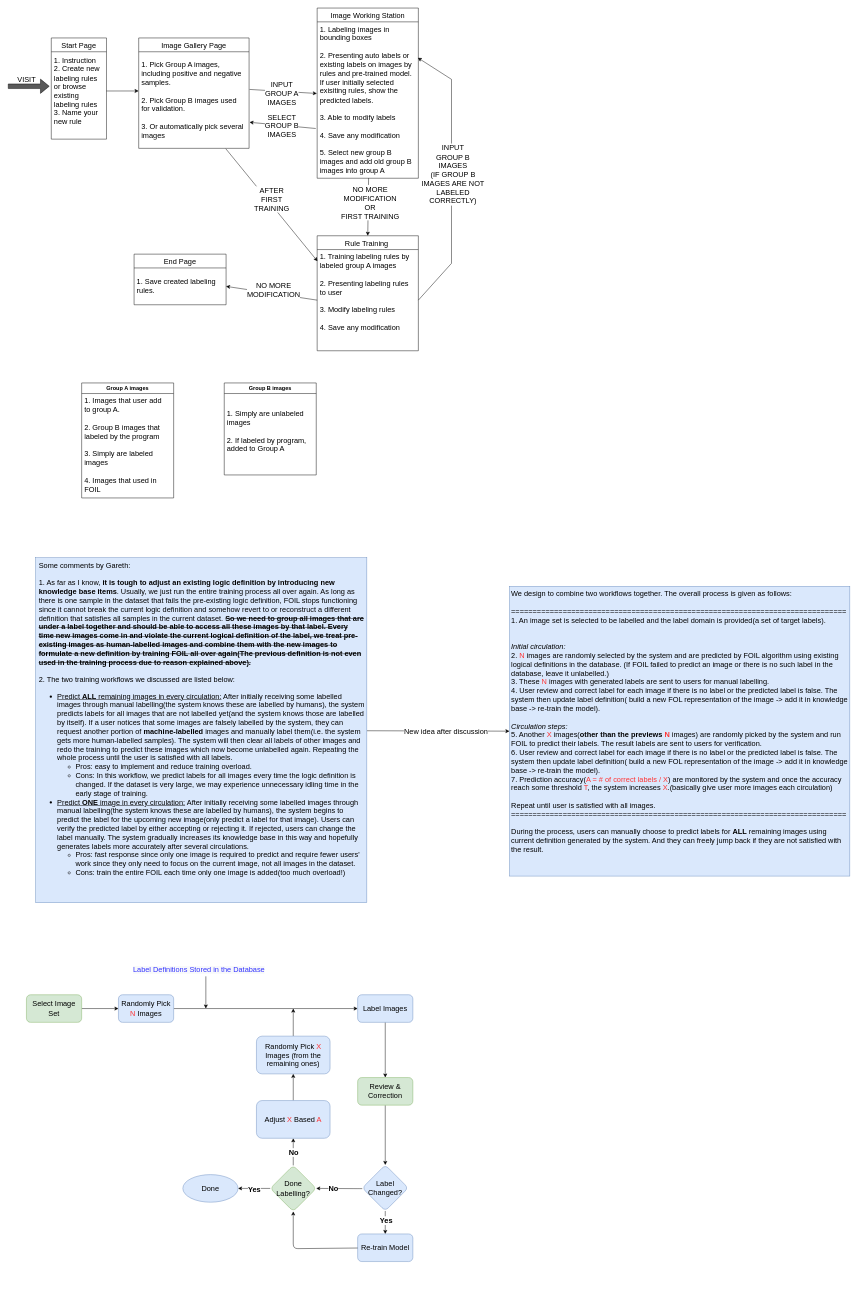
Earlier version of the draw.io diagram page "Scratch" (5 of 5) of architecture.drawio (Neural-Symbolic-Image-Labeling/NSILWeb). Source tidied: cells renumbered, new cells numbered last; positions are measured from the earlier drawing's top-left corner, leaving out a move shared by most shapes. Both pictures are drawn from the tidied source at 46%, with x=0, y=0 at pixel (8, 8).
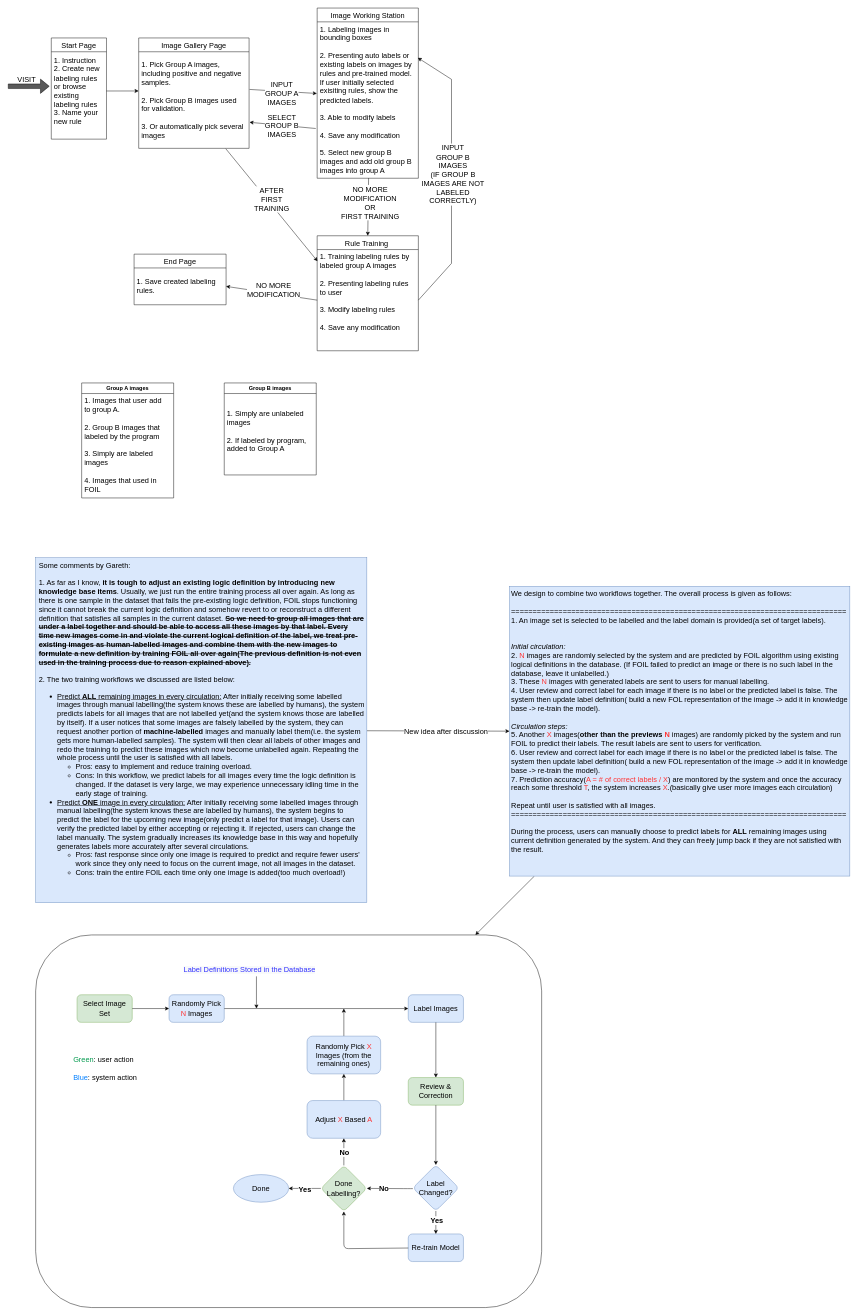
The same diagram, later.

Commit message:
update flow chart

The change refers to these unchanged cells:
```xml
<mxCell id="36" value="We design to combine two workflows together. The overall process is given as follows:&lt;br&gt;&lt;br&gt;==============================================================================&lt;br&gt;1. An image set is selected to be labelled and the label domain is provided(a set of target labels).&lt;br&gt;&lt;br&gt;&lt;br&gt;&lt;i&gt;Initial circulation:&lt;/i&gt;&lt;br&gt;2.&amp;nbsp;&lt;font color=&quot;#ff3333&quot;&gt;N&amp;nbsp;&lt;/font&gt;images are randomly selected by the system and are predicted by FOIL algorithm using existing logical definitions in the database. (If FOIL failed to predict an image or there is no such label in the database, leave it unlabelled.)&lt;br&gt;3. These &lt;font color=&quot;#ff3333&quot;&gt;N &lt;/font&gt;images with generated labels are sent to users for manual labelling.&lt;br&gt;4. User review and correct label for each image if there is no label or the predicted label is false. The system then update label definition( build a new FOL representation of the image -&amp;gt; add it in knowledge base -&amp;gt; re-train the model).&lt;br&gt;&lt;br&gt;&lt;i&gt;Circulation steps:&lt;/i&gt;&lt;br&gt;5. Another&amp;nbsp;&lt;font color=&quot;#ff3333&quot;&gt;X &lt;/font&gt;images(&lt;b&gt;other than the previews &lt;/b&gt;&lt;font color=&quot;#ff3333&quot;&gt;&lt;b&gt;N&lt;/b&gt; &lt;/font&gt;images) are randomly picked by the system and run FOIL to predict their labels. The result labels are sent to users for verification.&lt;br&gt;6. User review and correct label for each image if there is no label or the predicted label is false. The system then update label definition( build a new FOL representation of the image -&amp;gt; add it in knowledge base -&amp;gt; re-train the model).&lt;br&gt;7. Prediction accuracy(&lt;font color=&quot;#ff3333&quot;&gt;A = # of correct labels / X&lt;/font&gt;) are monitored by the system and once the accuracy reach some threshold &lt;font color=&quot;#ff3333&quot;&gt;T&lt;/font&gt;, the system increases &lt;font color=&quot;#ff3333&quot;&gt;X&lt;/font&gt;.(basically give user more images each circulation)&lt;br&gt;&lt;br&gt;Repeat until user is satisfied with all images.&lt;br&gt;==============================================================================&lt;br&gt;&lt;br&gt;During the process, users can manually choose to predict labels for &lt;b&gt;ALL&lt;/b&gt; remaining images using current definition generated by the system. And they can freely jump back if they are not satisfied with the result.&lt;br&gt;&lt;br&gt;" style="whiteSpace=wrap;html=1;fillColor=#dae8fc;strokeColor=#6c8ebf;align=left;verticalAlign=top;spacingLeft=2;spacingRight=2;fontSize=16;" parent="1" vertex="1">
  <mxGeometry x="1090" y="1257" width="740" height="630" as="geometry" />
</mxCell>
```

Diff of the diagram source:
```diff
@@
+    <mxCell id="64" style="edgeStyle=none;html=1;fontSize=16;fontColor=#000000;" parent="1" edge="1" source="36" target="66">
+      <mxGeometry relative="1" as="geometry" />
+    </mxCell>
@@
+    <mxCell id="65" style="group;" parent="1" vertex="1">
+      <mxGeometry x="60" y="2015" width="1100" height="810" as="geometry" />
+    </mxCell>
+    <mxCell id="66" style="rounded=1;whiteSpace=wrap;html=1;fontSize=16;fontColor=#FF3333;" parent="65" vertex="1">
+      <mxGeometry width="1100" height="810" as="geometry" />
+    </mxCell>
+    <mxCell id="38" value="Select Image Set" style="rounded=1;whiteSpace=wrap;html=1;fontSize=16;fillColor=#d5e8d4;strokeColor=#82b366;" parent="65" vertex="1">
+      <mxGeometry x="90" y="130" width="120" height="60" as="geometry" />
+    </mxCell>
+    <mxCell id="40" value="Randomly Pick &lt;font color=&quot;#ff3333&quot;&gt;N&lt;/font&gt; Images" style="rounded=1;whiteSpace=wrap;html=1;fontSize=16;fillColor=#dae8fc;strokeColor=#6c8ebf;" parent="65" vertex="1">
+      <mxGeometry x="290" y="130" width="120" height="60" as="geometry" />
+    </mxCell>
-    <mxCell id="37" style="edgeStyle=none;html=1;fontSize=16;fontColor=#000000;" parent="1" edge="1" source="38" target="40">
+    <mxCell id="37" style="edgeStyle=none;html=1;fontSize=16;fontColor=#000000;" parent="65" edge="1" source="38" target="40">
       <mxGeometry relative="1" as="geometry" />
     </mxCell>
-    <mxCell id="38" value="Select Image Set" style="rounded=1;whiteSpace=wrap;html=1;fontSize=16;fillColor=#d5e8d4;strokeColor=#82b366;" parent="1" vertex="1">
-      <mxGeometry x="40" y="2145" width="120" height="60" as="geometry" />
-    </mxCell>
+    <mxCell id="42" value="Label Images" style="rounded=1;whiteSpace=wrap;html=1;fontSize=16;fillColor=#dae8fc;strokeColor=#6c8ebf;" parent="65" vertex="1">
+      <mxGeometry x="810" y="130" width="120" height="60" as="geometry" />
+    </mxCell>
-    <mxCell id="39" style="edgeStyle=none;html=1;fontSize=16;fontColor=#FF3333;" parent="1" edge="1" source="40" target="42">
+    <mxCell id="39" style="edgeStyle=none;html=1;fontSize=16;fontColor=#FF3333;" parent="65" edge="1" source="40" target="42">
       <mxGeometry relative="1" as="geometry" />
     </mxCell>
-    <mxCell id="40" value="Randomly Pick &lt;font color=&quot;#ff3333&quot;&gt;N&lt;/font&gt; Images" style="rounded=1;whiteSpace=wrap;html=1;fontSize=16;fillColor=#dae8fc;strokeColor=#6c8ebf;" parent="1" vertex="1">
-      <mxGeometry x="240" y="2145" width="120" height="60" as="geometry" />
-    </mxCell>
-    <mxCell id="41" style="edgeStyle=none;html=1;fontSize=16;fontColor=#3333FF;" parent="1" edge="1" source="42" target="46">
-      <mxGeometry relative="1" as="geometry" />
-    </mxCell>
-    <mxCell id="42" value="Label Images" style="rounded=1;whiteSpace=wrap;html=1;fontSize=16;fillColor=#dae8fc;strokeColor=#6c8ebf;" parent="1" vertex="1">
-      <mxGeometry x="760" y="2145" width="120" height="60" as="geometry" />
-    </mxCell>
-    <mxCell id="43" style="endArrow=classic;html=1;fontSize=16;fontColor=#3333FF;exitX=0.5;exitY=1;exitDx=0;exitDy=0;" parent="1" edge="1" source="44">
+    <mxCell id="43" style="endArrow=classic;html=1;fontSize=16;fontColor=#3333FF;exitX=0.5;exitY=1;exitDx=0;exitDy=0;" parent="65" edge="1" source="44">
       <mxGeometry relative="1" as="geometry">
-        <mxPoint x="430" y="2175" as="targetPoint" />
+        <mxPoint x="480" y="160" as="targetPoint" />
       </mxGeometry>
     </mxCell>
-    <mxCell id="44" value="&lt;span style=&quot;color: rgb(51 , 51 , 255) ; font-family: &amp;#34;helvetica&amp;#34; ; font-size: 16px ; font-style: normal ; font-weight: 400 ; letter-spacing: normal ; text-align: center ; text-indent: 0px ; text-transform: none ; word-spacing: 0px ; background-color: rgb(248 , 249 , 250) ; display: inline ; float: none&quot;&gt;Label Definitions Stored in the Database&lt;/span&gt;" style="text;whiteSpace=wrap;html=1;fontSize=16;fontColor=#3333FF;" parent="1" vertex="1">
-      <mxGeometry x="270" y="2075" width="320" height="30" as="geometry" />
+    <mxCell id="44" value="&lt;span style=&quot;color: rgb(51 , 51 , 255) ; font-family: &amp;#34;helvetica&amp;#34; ; font-size: 16px ; font-style: normal ; font-weight: 400 ; letter-spacing: normal ; text-align: center ; text-indent: 0px ; text-transform: none ; word-spacing: 0px ; background-color: rgb(248 , 249 , 250) ; display: inline ; float: none&quot;&gt;Label Definitions Stored in the Database&lt;/span&gt;" style="text;whiteSpace=wrap;html=1;fontSize=16;fontColor=#3333FF;" parent="65" vertex="1">
+      <mxGeometry x="320" y="60" width="320" height="30" as="geometry" />
     </mxCell>
-    <mxCell id="45" style="edgeStyle=none;html=1;fontSize=16;fontColor=#3333FF;" parent="1" edge="1" source="46" target="51">
-      <mxGeometry relative="1" as="geometry" />
-    </mxCell>
-    <mxCell id="46" value="Review &amp;amp; Correction" style="rounded=1;whiteSpace=wrap;html=1;fontSize=16;fillColor=#d5e8d4;strokeColor=#82b366;" parent="1" vertex="1">
-      <mxGeometry x="760" y="2325" width="120" height="60" as="geometry" />
+    <mxCell id="46" value="Review &amp;amp; Correction" style="rounded=1;whiteSpace=wrap;html=1;fontSize=16;fillColor=#d5e8d4;strokeColor=#82b366;" parent="65" vertex="1">
+      <mxGeometry x="810" y="310" width="120" height="60" as="geometry" />
     </mxCell>
-    <mxCell id="47" style="edgeStyle=none;html=1;fontSize=16;fontColor=#3333FF;" parent="1" edge="1" source="51" target="52">
-      <mxGeometry relative="1" as="geometry" />
-    </mxCell>
-    <mxCell id="48" value="&lt;font color=&quot;#000000&quot;&gt;&lt;b&gt;Yes&lt;/b&gt;&lt;/font&gt;" style="edgeLabel;html=1;align=center;verticalAlign=bottom;fontSize=16;fontColor=#3333FF;" parent="47" vertex="1">
-      <mxGeometry x="0.29" y="1" relative="1" as="geometry" />
-    </mxCell>
+    <mxCell id="41" style="edgeStyle=none;html=1;fontSize=16;fontColor=#3333FF;" parent="65" edge="1" source="42" target="46">
+      <mxGeometry relative="1" as="geometry" />
+    </mxCell>
-    <mxCell id="49" style="edgeStyle=none;html=1;fontSize=16;fontColor=#000000;entryX=1;entryY=0.5;entryDx=0;entryDy=0;" parent="1" edge="1" target="60">
+    <mxCell id="49" style="edgeStyle=none;html=1;fontSize=16;fontColor=#000000;entryX=1;entryY=0.5;entryDx=0;entryDy=0;" parent="65" edge="1" target="60">
       <mxGeometry relative="1" as="geometry">
-        <mxPoint x="770" y="2566.5" as="sourcePoint" />
+        <mxPoint x="820" y="551.5" as="sourcePoint" />
         <Array as="points">
-          <mxPoint x="760" y="2566.5" />
+          <mxPoint x="810" y="551.5" />
         </Array>
       </mxGeometry>
     </mxCell>
@@
-    <mxCell id="51" value="Label Changed?" style="rhombus;whiteSpace=wrap;html=1;fontSize=16;fillColor=#dae8fc;strokeColor=#6c8ebf;rounded=1;" parent="1" vertex="1">
-      <mxGeometry x="770" y="2515" width="100" height="100" as="geometry" />
+    <mxCell id="51" value="Label Changed?" style="rhombus;whiteSpace=wrap;html=1;fontSize=16;fillColor=#dae8fc;strokeColor=#6c8ebf;rounded=1;" parent="65" vertex="1">
+      <mxGeometry x="820" y="500" width="100" height="100" as="geometry" />
     </mxCell>
+    <mxCell id="45" style="edgeStyle=none;html=1;fontSize=16;fontColor=#3333FF;" parent="65" edge="1" source="46" target="51">
+      <mxGeometry relative="1" as="geometry" />
+    </mxCell>
-    <mxCell id="52" value="Re-train Model" style="whiteSpace=wrap;html=1;fontSize=16;fillColor=#dae8fc;strokeColor=#6c8ebf;rounded=1;" parent="1" vertex="1">
-      <mxGeometry x="760" y="2665" width="120" height="60" as="geometry" />
+    <mxCell id="52" value="Re-train Model" style="whiteSpace=wrap;html=1;fontSize=16;fillColor=#dae8fc;strokeColor=#6c8ebf;rounded=1;" parent="65" vertex="1">
+      <mxGeometry x="810" y="650" width="120" height="60" as="geometry" />
     </mxCell>
-    <mxCell id="53" style="edgeStyle=none;html=1;fontSize=16;fontColor=#FF3333;exitX=0.5;exitY=0;exitDx=0;exitDy=0;entryX=0.5;entryY=1;entryDx=0;entryDy=0;" parent="1" edge="1" source="60" target="63">
-      <mxGeometry relative="1" as="geometry" />
-    </mxCell>
-    <mxCell id="54" value="&lt;b&gt;&lt;font color=&quot;#000000&quot;&gt;No&lt;/font&gt;&lt;/b&gt;" style="edgeLabel;html=1;align=center;verticalAlign=bottom;fontSize=16;fontColor=#FF3333;" parent="53" vertex="1">
-      <mxGeometry x="-0.41" relative="1" as="geometry" />
-    </mxCell>
+    <mxCell id="47" style="edgeStyle=none;html=1;fontSize=16;fontColor=#3333FF;" parent="65" edge="1" source="51" target="52">
+      <mxGeometry relative="1" as="geometry" />
+    </mxCell>
+    <mxCell id="48" value="&lt;font color=&quot;#000000&quot;&gt;&lt;b&gt;Yes&lt;/b&gt;&lt;/font&gt;" style="edgeLabel;html=1;align=center;verticalAlign=bottom;fontSize=16;fontColor=#3333FF;" parent="47" vertex="1">
+      <mxGeometry x="0.29" y="1" relative="1" as="geometry" />
+    </mxCell>
-    <mxCell id="55" style="edgeStyle=none;html=1;fontSize=16;fontColor=#FF3333;entryX=0.5;entryY=1;entryDx=0;entryDy=0;" parent="1" edge="1" source="52" target="60">
+    <mxCell id="55" style="edgeStyle=none;html=1;fontSize=16;fontColor=#FF3333;entryX=0.5;entryY=1;entryDx=0;entryDy=0;" parent="65" edge="1" source="52" target="60">
       <mxGeometry relative="1" as="geometry">
         <Array as="points">
-          <mxPoint x="620" y="2697" />
+          <mxPoint x="670" y="682" />
         </Array>
       </mxGeometry>
     </mxCell>
-    <mxCell id="56" style="edgeStyle=none;html=1;fontSize=16;fontColor=#000000;" parent="1" edge="1" source="57">
+    <mxCell id="56" style="edgeStyle=none;html=1;fontSize=16;fontColor=#000000;" parent="65" edge="1" source="57">
       <mxGeometry relative="1" as="geometry">
-        <mxPoint x="620" y="2175" as="targetPoint" />
+        <mxPoint x="670" y="160" as="targetPoint" />
       </mxGeometry>
     </mxCell>
-    <mxCell id="57" value="Randomly Pick &lt;font color=&quot;#ff3333&quot;&gt;X&lt;/font&gt; Images (from the remaining ones)" style="whiteSpace=wrap;html=1;fontSize=16;fillColor=#dae8fc;strokeColor=#6c8ebf;rounded=1;" parent="1" vertex="1">
-      <mxGeometry x="540" y="2235" width="160" height="82" as="geometry" />
+    <mxCell id="57" value="Randomly Pick &lt;font color=&quot;#ff3333&quot;&gt;X&lt;/font&gt; Images (from the remaining ones)" style="whiteSpace=wrap;html=1;fontSize=16;fillColor=#dae8fc;strokeColor=#6c8ebf;rounded=1;" parent="65" vertex="1">
+      <mxGeometry x="590" y="220" width="160" height="82" as="geometry" />
     </mxCell>
+    <mxCell id="60" value="Done Labelling?" style="rhombus;whiteSpace=wrap;html=1;fontSize=16;fillColor=#d5e8d4;strokeColor=#82b366;rounded=1;" parent="65" vertex="1">
+      <mxGeometry x="620" y="501" width="100" height="100" as="geometry" />
+    </mxCell>
+    <mxCell id="61" value="Done" style="ellipse;whiteSpace=wrap;html=1;fontSize=16;fillColor=#dae8fc;strokeColor=#6c8ebf;rounded=1;" parent="65" vertex="1">
+      <mxGeometry x="430" y="521" width="120" height="60" as="geometry" />
+    </mxCell>
-    <mxCell id="58" style="edgeStyle=none;html=1;fontSize=16;fontColor=#000000;" parent="1" edge="1" source="60" target="61">
+    <mxCell id="58" style="edgeStyle=none;html=1;fontSize=16;fontColor=#000000;" parent="65" edge="1" source="60" target="61">
       <mxGeometry relative="1" as="geometry" />
     </mxCell>
@@
-    <mxCell id="60" value="Done Labelling?" style="rhombus;whiteSpace=wrap;html=1;fontSize=16;fillColor=#d5e8d4;strokeColor=#82b366;rounded=1;" parent="1" vertex="1">
-      <mxGeometry x="570" y="2516" width="100" height="100" as="geometry" />
-    </mxCell>
-    <mxCell id="61" value="Done" style="ellipse;whiteSpace=wrap;html=1;fontSize=16;fillColor=#dae8fc;strokeColor=#6c8ebf;rounded=1;" parent="1" vertex="1">
-      <mxGeometry x="380" y="2536" width="120" height="60" as="geometry" />
-    </mxCell>
-    <mxCell id="62" style="edgeStyle=none;html=1;entryX=0.5;entryY=1;entryDx=0;entryDy=0;fontSize=16;fontColor=#FF3333;" parent="1" edge="1" source="63" target="57">
+    <mxCell id="62" style="edgeStyle=none;html=1;entryX=0.5;entryY=1;entryDx=0;entryDy=0;fontSize=16;fontColor=#FF3333;" parent="65" edge="1" source="63" target="57">
       <mxGeometry relative="1" as="geometry" />
     </mxCell>
-    <mxCell id="63" value="Adjust &lt;font color=&quot;#ff3333&quot;&gt;X&lt;/font&gt; Based &lt;font color=&quot;#ff3333&quot;&gt;A&lt;/font&gt;" style="whiteSpace=wrap;html=1;fontSize=16;fillColor=#dae8fc;strokeColor=#6c8ebf;rounded=1;" parent="1" vertex="1">
-      <mxGeometry x="540" y="2375" width="160" height="82" as="geometry" />
+    <mxCell id="63" value="Adjust &lt;font color=&quot;#ff3333&quot;&gt;X&lt;/font&gt; Based &lt;font color=&quot;#ff3333&quot;&gt;A&lt;/font&gt;" style="whiteSpace=wrap;html=1;fontSize=16;fillColor=#dae8fc;strokeColor=#6c8ebf;rounded=1;" parent="65" vertex="1">
+      <mxGeometry x="590" y="360" width="160" height="82" as="geometry" />
     </mxCell>
+    <mxCell id="53" style="edgeStyle=none;html=1;fontSize=16;fontColor=#FF3333;exitX=0.5;exitY=0;exitDx=0;exitDy=0;entryX=0.5;entryY=1;entryDx=0;entryDy=0;" parent="65" edge="1" source="60" target="63">
+      <mxGeometry relative="1" as="geometry" />
+    </mxCell>
+    <mxCell id="54" value="&lt;b&gt;&lt;font color=&quot;#000000&quot;&gt;No&lt;/font&gt;&lt;/b&gt;" style="edgeLabel;html=1;align=center;verticalAlign=bottom;fontSize=16;fontColor=#FF3333;" parent="53" vertex="1">
+      <mxGeometry x="-0.41" relative="1" as="geometry" />
+    </mxCell>
+    <mxCell id="67" value="&lt;font color=&quot;#00994d&quot;&gt;Green&lt;/font&gt;&lt;font color=&quot;#000000&quot;&gt;: user action&lt;br&gt;&lt;/font&gt;&lt;br&gt;&lt;div&gt;&lt;span&gt;&lt;font color=&quot;#007fff&quot;&gt;Blue&lt;/font&gt;&lt;/span&gt;&lt;span style=&quot;color: rgb(0 , 0 , 0)&quot;&gt;: system action&lt;/span&gt;&lt;span style=&quot;color: rgb(255 , 51 , 51)&quot;&gt;&amp;nbsp;&amp;nbsp;&lt;/span&gt;&lt;/div&gt;" style="text;html=1;align=left;verticalAlign=middle;strokeColor=none;fillColor=none;fontSize=16;fontColor=#FF3333;" parent="65" vertex="1">
+      <mxGeometry x="80" y="260" width="160" height="60" as="geometry" />
+    </mxCell>
```
